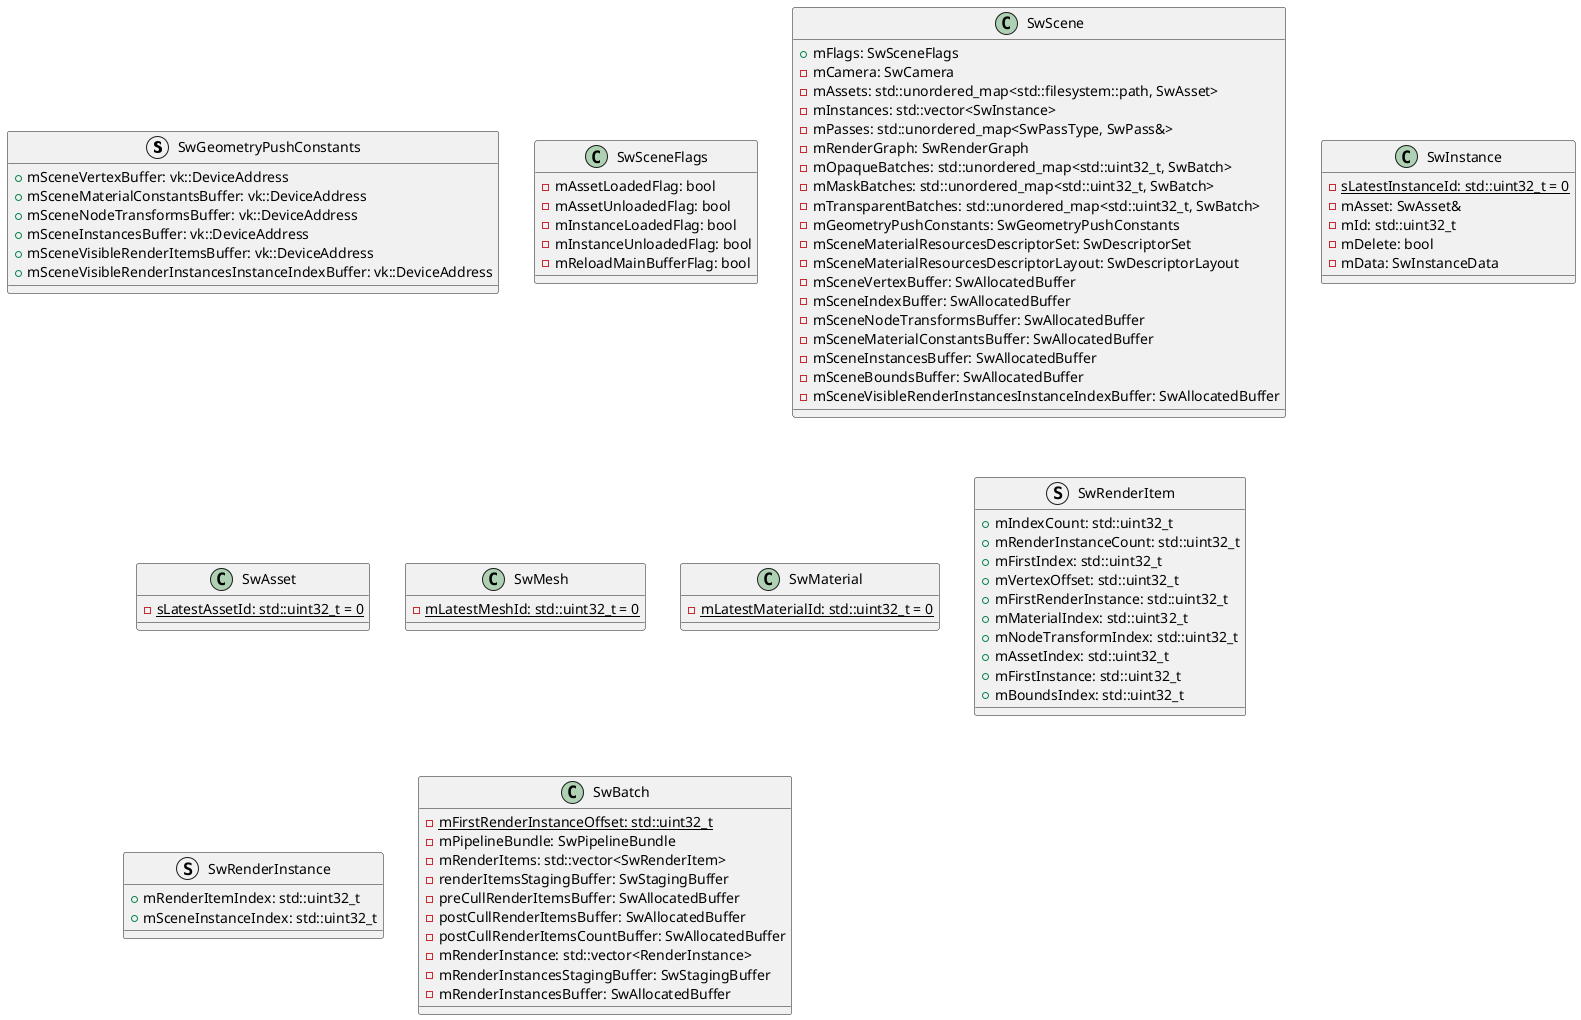
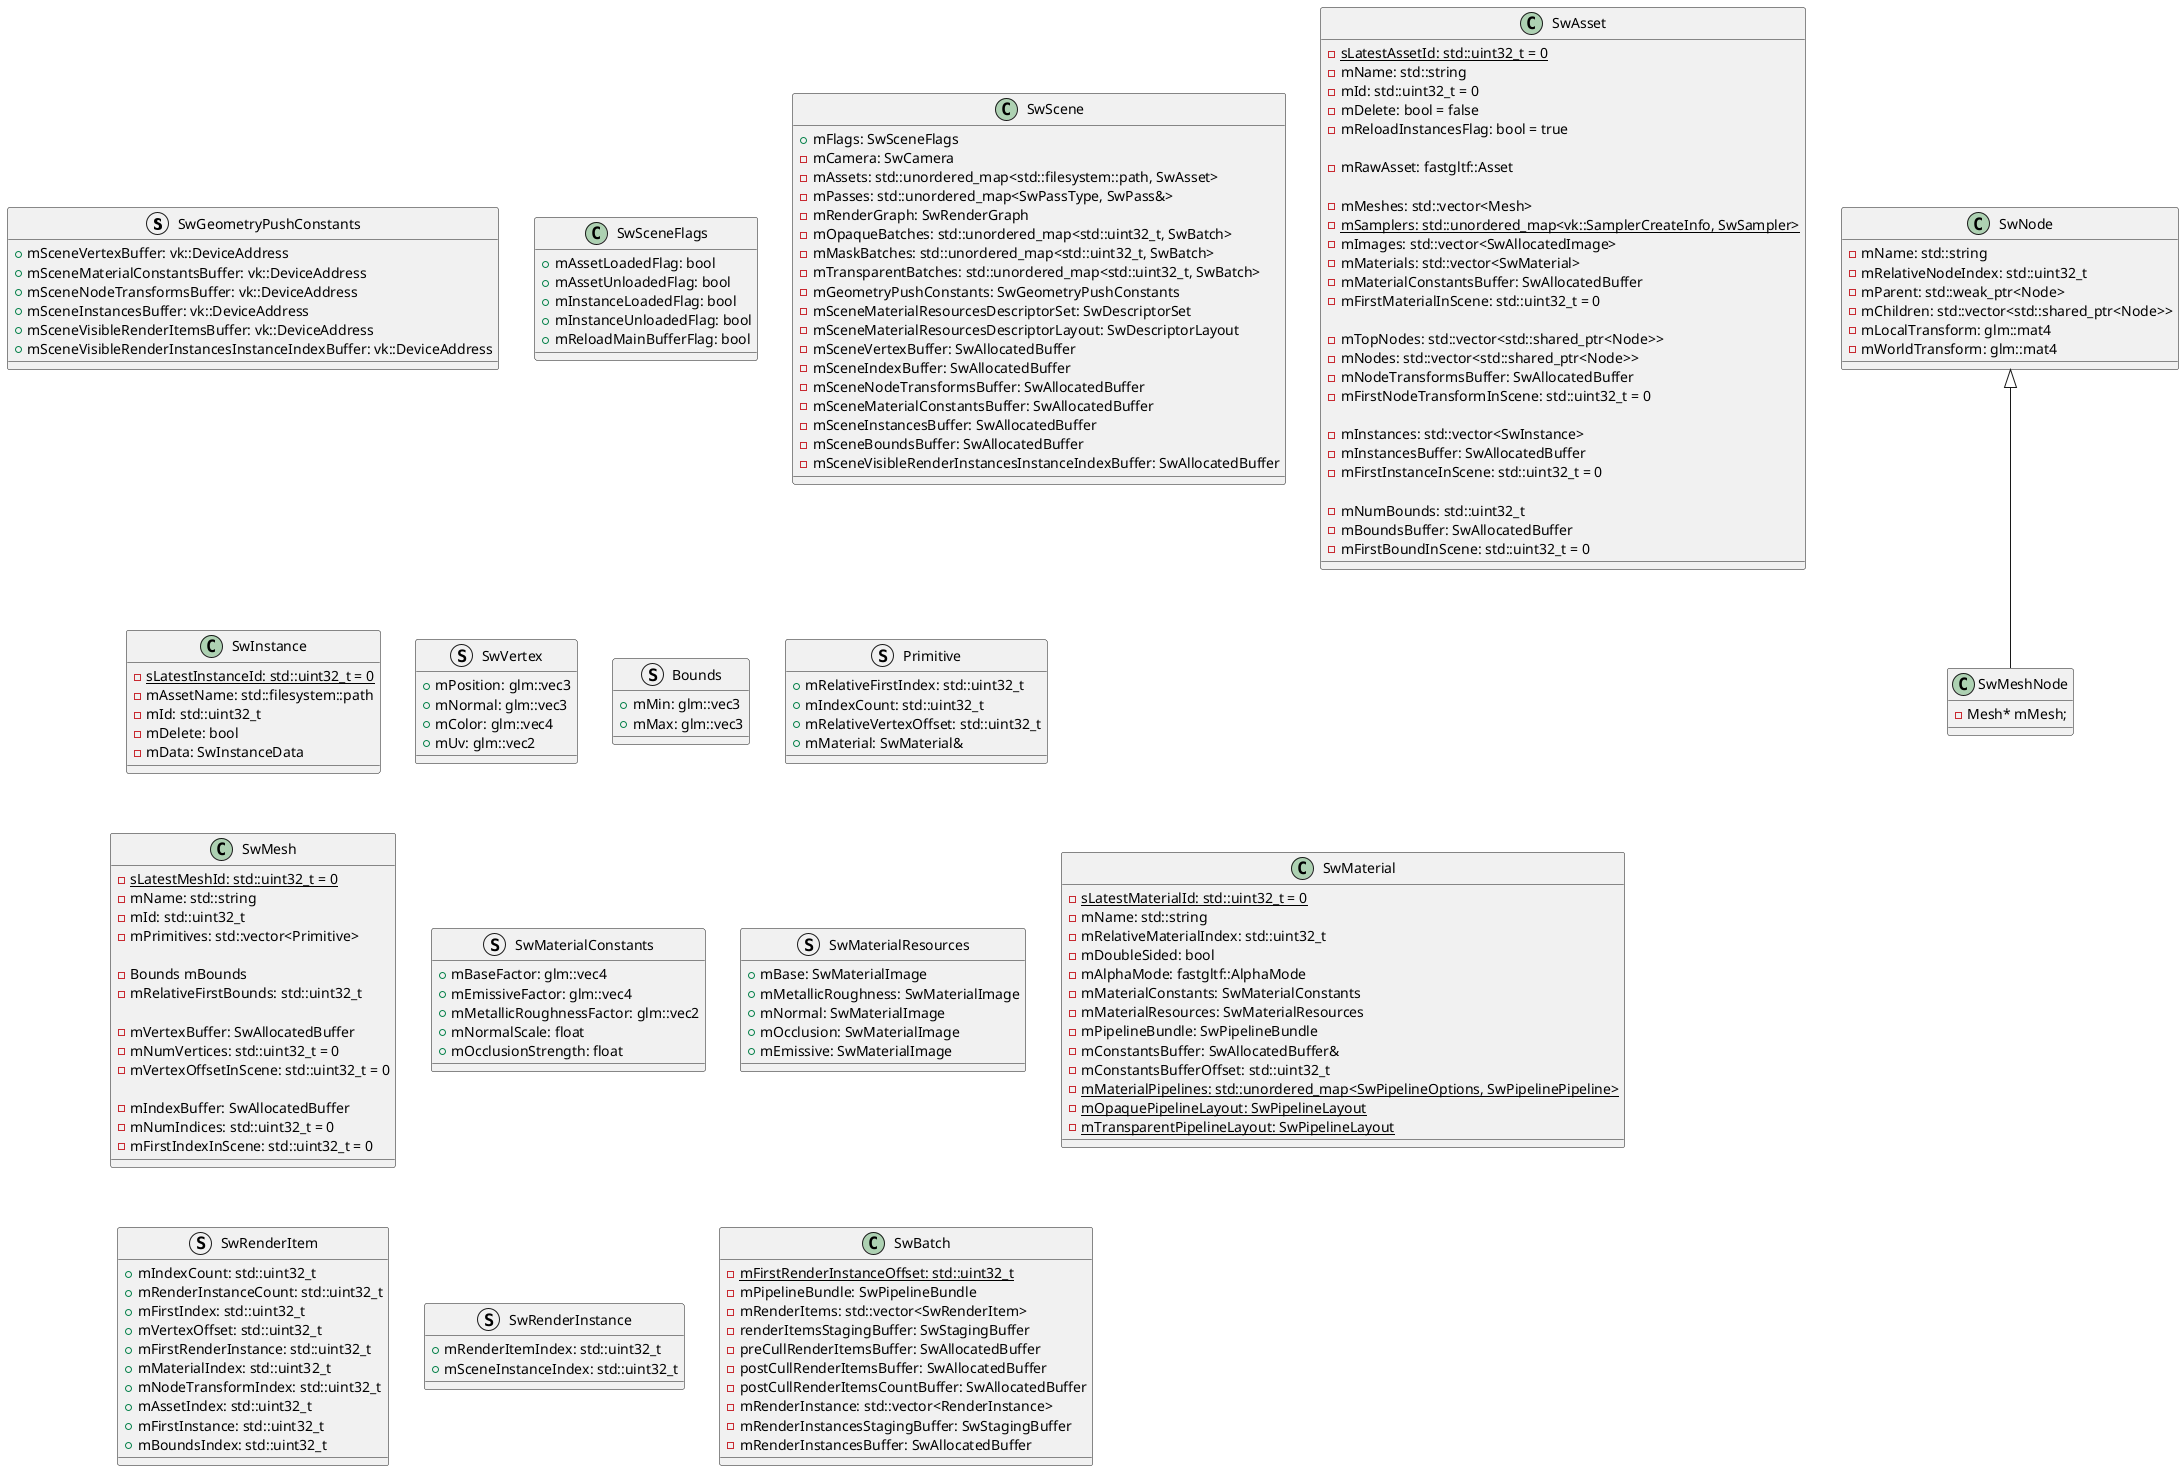
- @startuml
- 
+ @startuml name
struct SwGeometryPushConstants {
    + mSceneVertexBuffer: vk::DeviceAddress
    + mSceneMaterialConstantsBuffer: vk::DeviceAddress
    + mSceneNodeTransformsBuffer: vk::DeviceAddress
    + mSceneInstancesBuffer: vk::DeviceAddress
    + mSceneVisibleRenderItemsBuffer: vk::DeviceAddress
    + mSceneVisibleRenderInstancesInstanceIndexBuffer: vk::DeviceAddress
}

class SwSceneFlags {
-     - mAssetLoadedFlag: bool
-     - mAssetUnloadedFlag: bool
-     - mInstanceLoadedFlag: bool
-     - mInstanceUnloadedFlag: bool
-     - mReloadMainBufferFlag: bool
+     + mAssetLoadedFlag: bool
+     + mAssetUnloadedFlag: bool
+     + mInstanceLoadedFlag: bool
+     + mInstanceUnloadedFlag: bool
+     + mReloadMainBufferFlag: bool
}

class SwScene {
    + mFlags: SwSceneFlags
    - mCamera: SwCamera
    - mAssets: std::unordered_map<std::filesystem::path, SwAsset>
-     - mInstances: std::vector<SwInstance>
    - mPasses: std::unordered_map<SwPassType, SwPass&>
    - mRenderGraph: SwRenderGraph
    - mOpaqueBatches: std::unordered_map<std::uint32_t, SwBatch>
    - mMaskBatches: std::unordered_map<std::uint32_t, SwBatch>
    - mTransparentBatches: std::unordered_map<std::uint32_t, SwBatch>
    - mGeometryPushConstants: SwGeometryPushConstants
    - mSceneMaterialResourcesDescriptorSet: SwDescriptorSet
    - mSceneMaterialResourcesDescriptorLayout: SwDescriptorLayout
    - mSceneVertexBuffer: SwAllocatedBuffer
    - mSceneIndexBuffer: SwAllocatedBuffer
    - mSceneNodeTransformsBuffer: SwAllocatedBuffer
    - mSceneMaterialConstantsBuffer: SwAllocatedBuffer
    - mSceneInstancesBuffer: SwAllocatedBuffer
    - mSceneBoundsBuffer: SwAllocatedBuffer
    - mSceneVisibleRenderInstancesInstanceIndexBuffer: SwAllocatedBuffer
}

+ class SwAsset {
+     {static} - sLatestAssetId: std::uint32_t = 0
+     - mName: std::string
+     - mId: std::uint32_t = 0
+     - mDelete: bool = false
+     - mReloadInstancesFlag: bool = true
+ 
+     - mRawAsset: fastgltf::Asset
+ 
+     - mMeshes: std::vector<Mesh>
+     {static} - mSamplers: std::unordered_map<vk::SamplerCreateInfo, SwSampler>
+     - mImages: std::vector<SwAllocatedImage>
+     - mMaterials: std::vector<SwMaterial>
+     - mMaterialConstantsBuffer: SwAllocatedBuffer
+     - mFirstMaterialInScene: std::uint32_t = 0
+ 
+     - mTopNodes: std::vector<std::shared_ptr<Node>>
+     - mNodes: std::vector<std::shared_ptr<Node>>
+     - mNodeTransformsBuffer: SwAllocatedBuffer
+     - mFirstNodeTransformInScene: std::uint32_t = 0
+ 
+     - mInstances: std::vector<SwInstance>
+     - mInstancesBuffer: SwAllocatedBuffer
+     - mFirstInstanceInScene: std::uint32_t = 0
+ 
+     - mNumBounds: std::uint32_t
+     - mBoundsBuffer: SwAllocatedBuffer
+     - mFirstBoundInScene: std::uint32_t = 0
+ }
+ 
class SwInstance {
    {static} - sLatestInstanceId: std::uint32_t = 0
-     - mAsset: SwAsset&
+     - mAssetName: std::filesystem::path
    - mId: std::uint32_t
    - mDelete: bool
    - mData: SwInstanceData
}

- class SwAsset {
-     {static} - sLatestAssetId: std::uint32_t = 0
+ struct SwVertex {
+     + mPosition: glm::vec3
+     + mNormal: glm::vec3
+     + mColor: glm::vec4
+     + mUv: glm::vec2
+ }
+ 
+ struct Bounds {
+     + mMin: glm::vec3
+     + mMax: glm::vec3
+ }
+ 
+ struct Primitive {
+     + mRelativeFirstIndex: std::uint32_t
+     + mIndexCount: std::uint32_t
+     + mRelativeVertexOffset: std::uint32_t
+     + mMaterial: SwMaterial&
}

class SwMesh {
-     {static} - mLatestMeshId: std::uint32_t = 0
+     {static} - sLatestMeshId: std::uint32_t = 0
+     - mName: std::string
+     - mId: std::uint32_t
+     - mPrimitives: std::vector<Primitive>

+     - Bounds mBounds
+     - mRelativeFirstBounds: std::uint32_t
+ 
+     - mVertexBuffer: SwAllocatedBuffer
+     - mNumVertices: std::uint32_t = 0
+     - mVertexOffsetInScene: std::uint32_t = 0
+ 
+     - mIndexBuffer: SwAllocatedBuffer
+     - mNumIndices: std::uint32_t = 0
+     - mFirstIndexInScene: std::uint32_t = 0
+ }
+ 
+ class SwNode {
+     - mName: std::string
+     - mRelativeNodeIndex: std::uint32_t
+     - mParent: std::weak_ptr<Node>
+     - mChildren: std::vector<std::shared_ptr<Node>>
+     - mLocalTransform: glm::mat4
+     - mWorldTransform: glm::mat4
+ }
+ 
+ class SwMeshNode {
+     - Mesh* mMesh;
+ }
+ 
+ SwNode <|-- SwMeshNode
+ 
+ struct SwMaterialConstants {
+     + mBaseFactor: glm::vec4
+     + mEmissiveFactor: glm::vec4
+     + mMetallicRoughnessFactor: glm::vec2
+     + mNormalScale: float
+     + mOcclusionStrength: float
+ }
+ 
+ struct SwMaterialResources {
+     + mBase: SwMaterialImage
+     + mMetallicRoughness: SwMaterialImage
+     + mNormal: SwMaterialImage
+     + mOcclusion: SwMaterialImage
+     + mEmissive: SwMaterialImage
}

class SwMaterial {
-     {static} - mLatestMaterialId: std::uint32_t = 0
+     {static} - sLatestMaterialId: std::uint32_t = 0
+     - mName: std::string
+     - mRelativeMaterialIndex: std::uint32_t
+     - mDoubleSided: bool
+     - mAlphaMode: fastgltf::AlphaMode
+     - mMaterialConstants: SwMaterialConstants
+     - mMaterialResources: SwMaterialResources
+     - mPipelineBundle: SwPipelineBundle
+     - mConstantsBuffer: SwAllocatedBuffer&
+     - mConstantsBufferOffset: std::uint32_t
+     {static} - mMaterialPipelines: std::unordered_map<SwPipelineOptions, SwPipelinePipeline>
+     {static} - mOpaquePipelineLayout: SwPipelineLayout
+     {static} - mTransparentPipelineLayout: SwPipelineLayout
}

struct SwRenderItem {
    + mIndexCount: std::uint32_t
    + mRenderInstanceCount: std::uint32_t
    + mFirstIndex: std::uint32_t
    + mVertexOffset: std::uint32_t
    + mFirstRenderInstance: std::uint32_t
    + mMaterialIndex: std::uint32_t
    + mNodeTransformIndex: std::uint32_t
    + mAssetIndex: std::uint32_t
    + mFirstInstance: std::uint32_t
    + mBoundsIndex: std::uint32_t
}

struct SwRenderInstance {
    + mRenderItemIndex: std::uint32_t
    + mSceneInstanceIndex: std::uint32_t
}

class SwBatch {
    {static} - mFirstRenderInstanceOffset: std::uint32_t
    - mPipelineBundle: SwPipelineBundle
    - mRenderItems: std::vector<SwRenderItem>
    - renderItemsStagingBuffer: SwStagingBuffer
    - preCullRenderItemsBuffer: SwAllocatedBuffer
    - postCullRenderItemsBuffer: SwAllocatedBuffer
    - postCullRenderItemsCountBuffer: SwAllocatedBuffer
    - mRenderInstance: std::vector<RenderInstance>
    - mRenderInstancesStagingBuffer: SwStagingBuffer
    - mRenderInstancesBuffer: SwAllocatedBuffer
}
@enduml